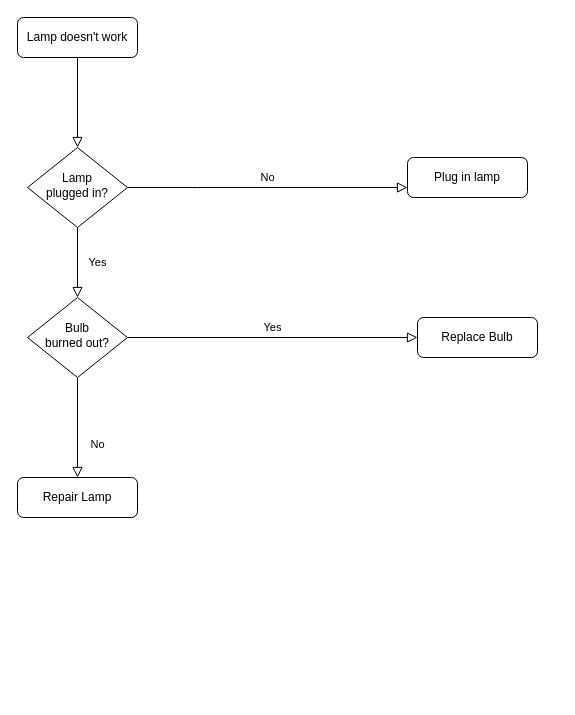
The draw.io diagram Diagrama sin título.drawio in Jo16GitHub/rep-github, before the edit. Source tidied: cells renumbered, new cells numbered last; positions are measured from the earlier drawing's top-left corner, leaving out a move shared by most shapes. Both pictures are drawn from the tidied source at 100%, with x=0, y=0 at pixel (17, 17).
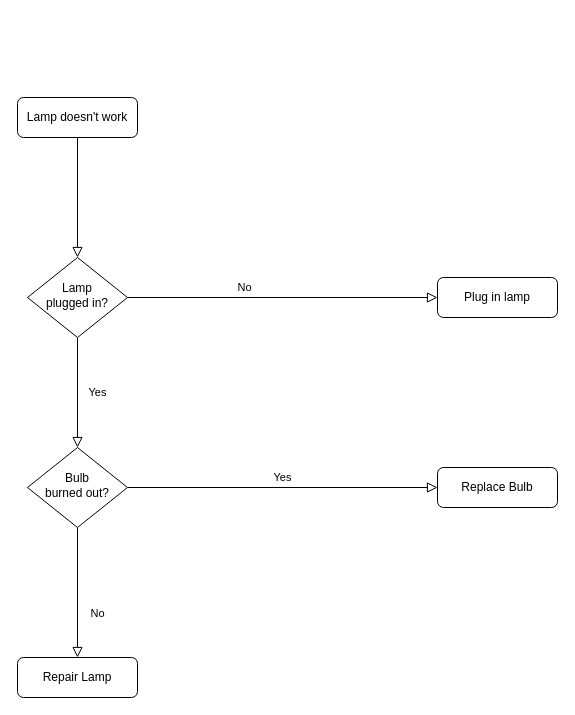
The same page after the edit.

Diff of the diagram source:
```diff
@@
 <mxGraphModel>
   <root>
     <mxCell id="0" />
     <mxCell id="1" parent="0" />
     <mxCell id="2" style="rounded=0;html=1;jettySize=auto;fontSize=11;endArrow=block;endFill=0;endSize=8;strokeWidth=1;shadow=0;labelBackgroundColor=none;edgeStyle=orthogonalEdgeStyle;" parent="1" edge="1" source="3" target="6">
       <mxGeometry relative="1" as="geometry" />
     </mxCell>
     <mxCell id="3" value="Lamp doesn't work" style="rounded=1;whiteSpace=wrap;html=1;fontSize=12;glass=0;strokeWidth=1;shadow=0;" parent="1" vertex="1">
-      <mxGeometry width="120" height="40" as="geometry" />
+      <mxGeometry y="80" width="120" height="40" as="geometry" />
     </mxCell>
     <mxCell id="4" value="Yes" style="rounded=0;html=1;jettySize=auto;fontSize=11;endArrow=block;endFill=0;endSize=8;strokeWidth=1;shadow=0;labelBackgroundColor=none;edgeStyle=orthogonalEdgeStyle;" parent="1" edge="1" source="6" target="10">
       <mxGeometry y="20" relative="1" as="geometry" />
     </mxCell>
-    <mxCell id="5" value="No" style="edgeStyle=orthogonalEdgeStyle;rounded=0;html=1;jettySize=auto;fontSize=11;endArrow=block;endFill=0;endSize=8;strokeWidth=1;shadow=0;labelBackgroundColor=none;" parent="1" edge="1" source="6" target="7">
+    <mxCell id="5" value="No" style="edgeStyle=orthogonalEdgeStyle;rounded=0;html=1;jettySize=auto;fontSize=11;endArrow=block;endFill=0;endSize=8;strokeWidth=1;shadow=0;labelBackgroundColor=none;entryX=0;entryY=0.5;entryDx=0;entryDy=0;" parent="1" edge="1" target="7">
       <mxGeometry y="10" relative="1" as="geometry">
+        <mxPoint x="44" y="290" as="sourcePoint" />
         <Array as="points">
-          <mxPoint x="180" y="170" />
-          <mxPoint x="180" y="170" />
+          <mxPoint x="44" y="280" />
         </Array>
       </mxGeometry>
     </mxCell>
     <mxCell id="6" value="Lamp&lt;br&gt;plugged in?" style="rhombus;whiteSpace=wrap;html=1;shadow=0;fontFamily=Helvetica;fontSize=12;align=center;strokeWidth=1;spacing=6;spacingTop=-4;" parent="1" vertex="1">
-      <mxGeometry x="10" y="130" width="100" height="80" as="geometry" />
+      <mxGeometry x="10" y="240" width="100" height="80" as="geometry" />
     </mxCell>
     <mxCell id="7" value="Plug in lamp" style="rounded=1;whiteSpace=wrap;html=1;fontSize=12;glass=0;strokeWidth=1;shadow=0;" parent="1" vertex="1">
-      <mxGeometry x="390" y="140" width="120" height="40" as="geometry" />
+      <mxGeometry x="420" y="260" width="120" height="40" as="geometry" />
     </mxCell>
     <mxCell id="8" value="No" style="rounded=0;html=1;jettySize=auto;fontSize=11;endArrow=block;endFill=0;endSize=8;strokeWidth=1;shadow=0;labelBackgroundColor=none;edgeStyle=orthogonalEdgeStyle;" parent="1" edge="1" source="10" target="11">
       <mxGeometry x="0.33" y="20" relative="1" as="geometry" />
     </mxCell>
     <mxCell id="9" value="Yes" style="edgeStyle=orthogonalEdgeStyle;rounded=0;html=1;jettySize=auto;fontSize=11;endArrow=block;endFill=0;endSize=8;strokeWidth=1;shadow=0;labelBackgroundColor=none;" parent="1" edge="1" source="10" target="12">
       <mxGeometry y="10" relative="1" as="geometry" />
     </mxCell>
     <mxCell id="10" value="Bulb&lt;br&gt;burned out?" style="rhombus;whiteSpace=wrap;html=1;shadow=0;fontFamily=Helvetica;fontSize=12;align=center;strokeWidth=1;spacing=6;spacingTop=-4;" parent="1" vertex="1">
-      <mxGeometry x="10" y="280" width="100" height="80" as="geometry" />
+      <mxGeometry x="10" y="430" width="100" height="80" as="geometry" />
     </mxCell>
     <mxCell id="11" value="Repair Lamp" style="rounded=1;whiteSpace=wrap;html=1;fontSize=12;glass=0;strokeWidth=1;shadow=0;" parent="1" vertex="1">
-      <mxGeometry y="460" width="120" height="40" as="geometry" />
+      <mxGeometry y="640" width="120" height="40" as="geometry" />
     </mxCell>
     <mxCell id="12" value="Replace Bulb" style="rounded=1;whiteSpace=wrap;html=1;fontSize=12;glass=0;strokeWidth=1;shadow=0;" parent="1" vertex="1">
-      <mxGeometry x="400" y="300" width="120" height="40" as="geometry" />
+      <mxGeometry x="420" y="450" width="120" height="40" as="geometry" />
     </mxCell>
   </root>
 </mxGraphModel>
```
